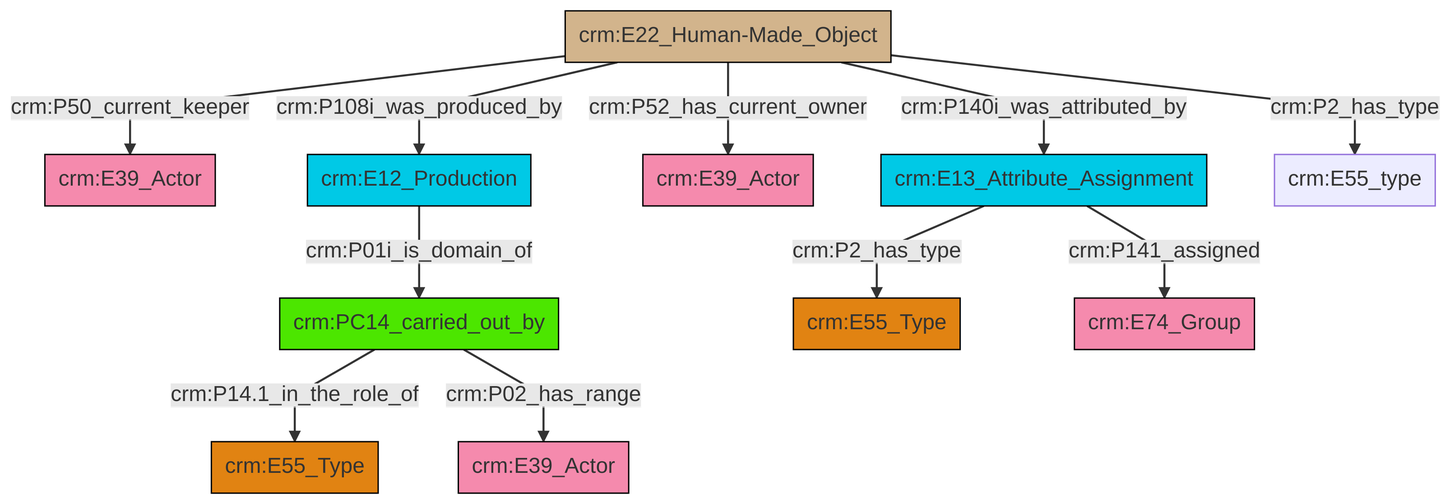
This is et/artworkCSV/ttl/mmd/png/Artwork_Actor_Relations.png from swiss-art-research-net/reference-data-models, a Mermaid export, as it was before one commit. Its source is kept beside it as et/artworkCSV/ttl/mmd/Artwork_Actor_Relations.ttl.mmd.
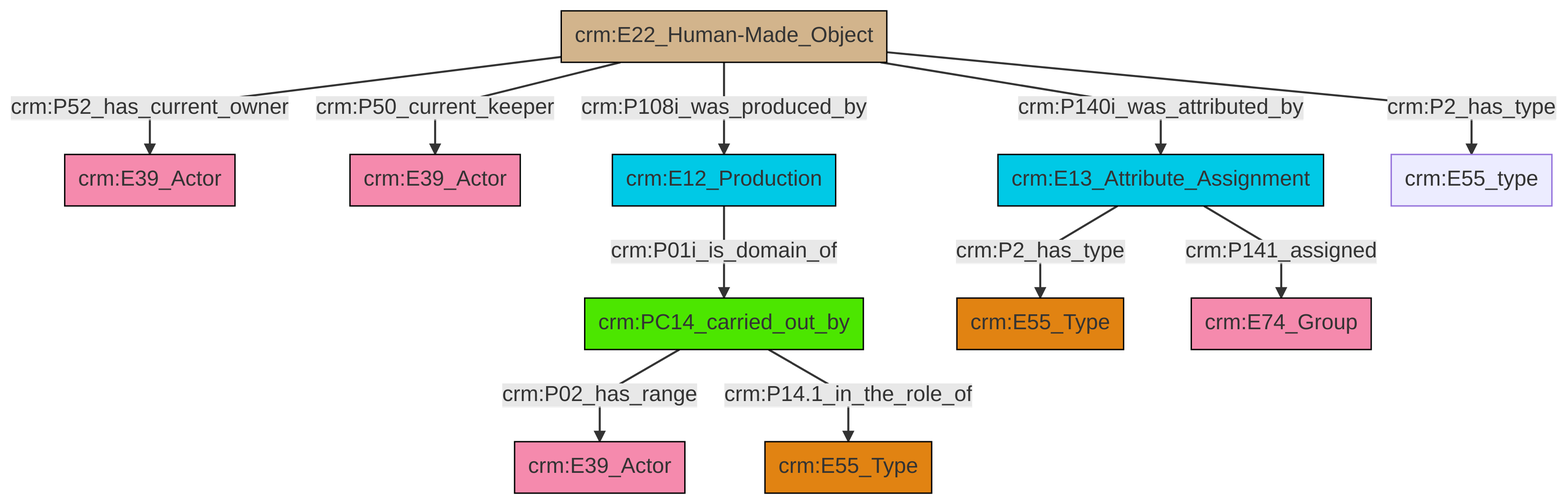
Above is the later version.

Change to the diagram source:
```diff
@@ -13,13 +13,13 @@
 classDef PC_Classes fill:#4ce600, stroke:#000000;
 classDef Multi fill:#cccccc,stroke:#000000;
 
-8["crm:E22_Human-Made_Object"]:::Physical_Thing -->|crm:P140i_was_attributed_by| 9["crm:E13_Attribute_Assignment"]:::Temporal_Entity
-8["crm:E22_Human-Made_Object"]:::Physical_Thing -->|crm:P52_has_current_owner| 12["crm:E39_Actor"]:::Actor
-6["crm:PC14_carried_out_by"]:::PC_Classes -->|crm:P14.1_in_the_role_of| 0["crm:E55_Type"]:::Type
+8["crm:E22_Human-Made_Object"]:::Physical_Thing -->|crm:P52_has_current_owner| 9["crm:E39_Actor"]:::Actor
 8["crm:E22_Human-Made_Object"]:::Physical_Thing -->|crm:P50_current_keeper| 4["crm:E39_Actor"]:::Actor
-6["crm:PC14_carried_out_by"]:::PC_Classes -->|crm:P02_has_range| 2["crm:E39_Actor"]:::Actor
-8["crm:E22_Human-Made_Object"]:::Physical_Thing -->|crm:P108i_was_produced_by| 16["crm:E12_Production"]:::Temporal_Entity
-16["crm:E12_Production"]:::Temporal_Entity -->|crm:P01i_is_domain_of| 6["crm:PC14_carried_out_by"]:::PC_Classes
-9["crm:E13_Attribute_Assignment"]:::Temporal_Entity -->|crm:P141_assigned| 14["crm:E74_Group"]:::Actor
-9["crm:E13_Attribute_Assignment"]:::Temporal_Entity -->|crm:P2_has_type| 10["crm:E55_Type"]:::Type
-8["crm:E22_Human-Made_Object"]:::Physical_Thing -->|crm:P2_has_type| 18["crm:E55_type"]:::Default
+8["crm:E22_Human-Made_Object"]:::Physical_Thing -->|crm:P108i_was_produced_by| 6["crm:E12_Production"]:::Temporal_Entity
+6["crm:E12_Production"]:::Temporal_Entity -->|crm:P01i_is_domain_of| 10["crm:PC14_carried_out_by"]:::PC_Classes
+11["crm:E13_Attribute_Assignment"]:::Temporal_Entity -->|crm:P2_has_type| 2["crm:E55_Type"]:::Type
+10["crm:PC14_carried_out_by"]:::PC_Classes -->|crm:P02_has_range| 12["crm:E39_Actor"]:::Actor
+11["crm:E13_Attribute_Assignment"]:::Temporal_Entity -->|crm:P141_assigned| 13["crm:E74_Group"]:::Actor
+10["crm:PC14_carried_out_by"]:::PC_Classes -->|crm:P14.1_in_the_role_of| 18["crm:E55_Type"]:::Type
+8["crm:E22_Human-Made_Object"]:::Physical_Thing -->|crm:P140i_was_attributed_by| 11["crm:E13_Attribute_Assignment"]:::Temporal_Entity
+8["crm:E22_Human-Made_Object"]:::Physical_Thing -->|crm:P2_has_type| 0["crm:E55_type"]:::Default
```
